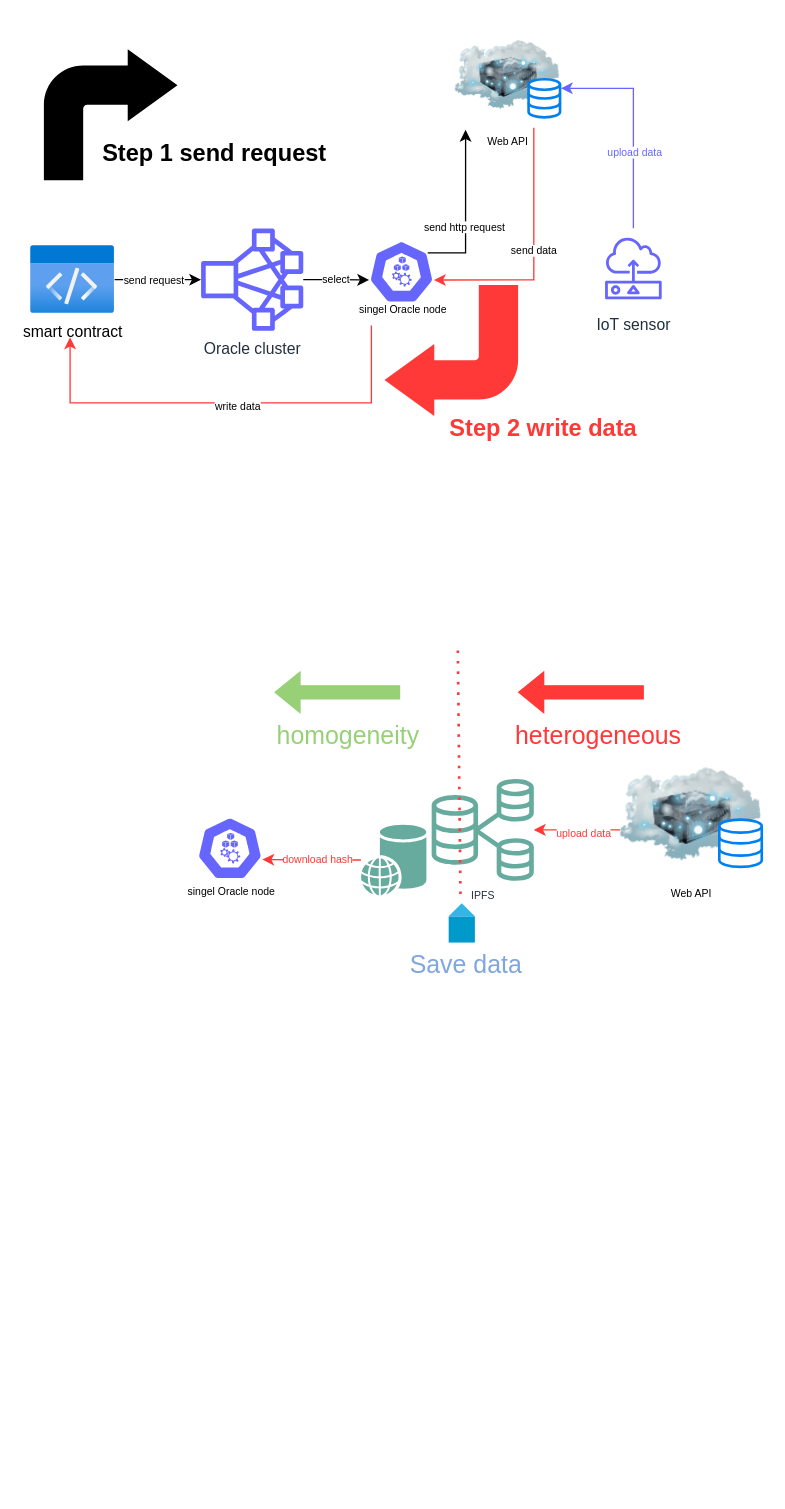
MF0-ANT1SHY/DiagramFolder keeps this draw.io diagram as Untitled Diagram.drawio. Above is the earlier version. Source tidied: cells renumbered, new cells numbered last; positions are measured from the earlier drawing's top-left corner, leaving out a move shared by most shapes. Both pictures are drawn from the tidied source at 131%, with x=0, y=0 at pixel (30, 22).
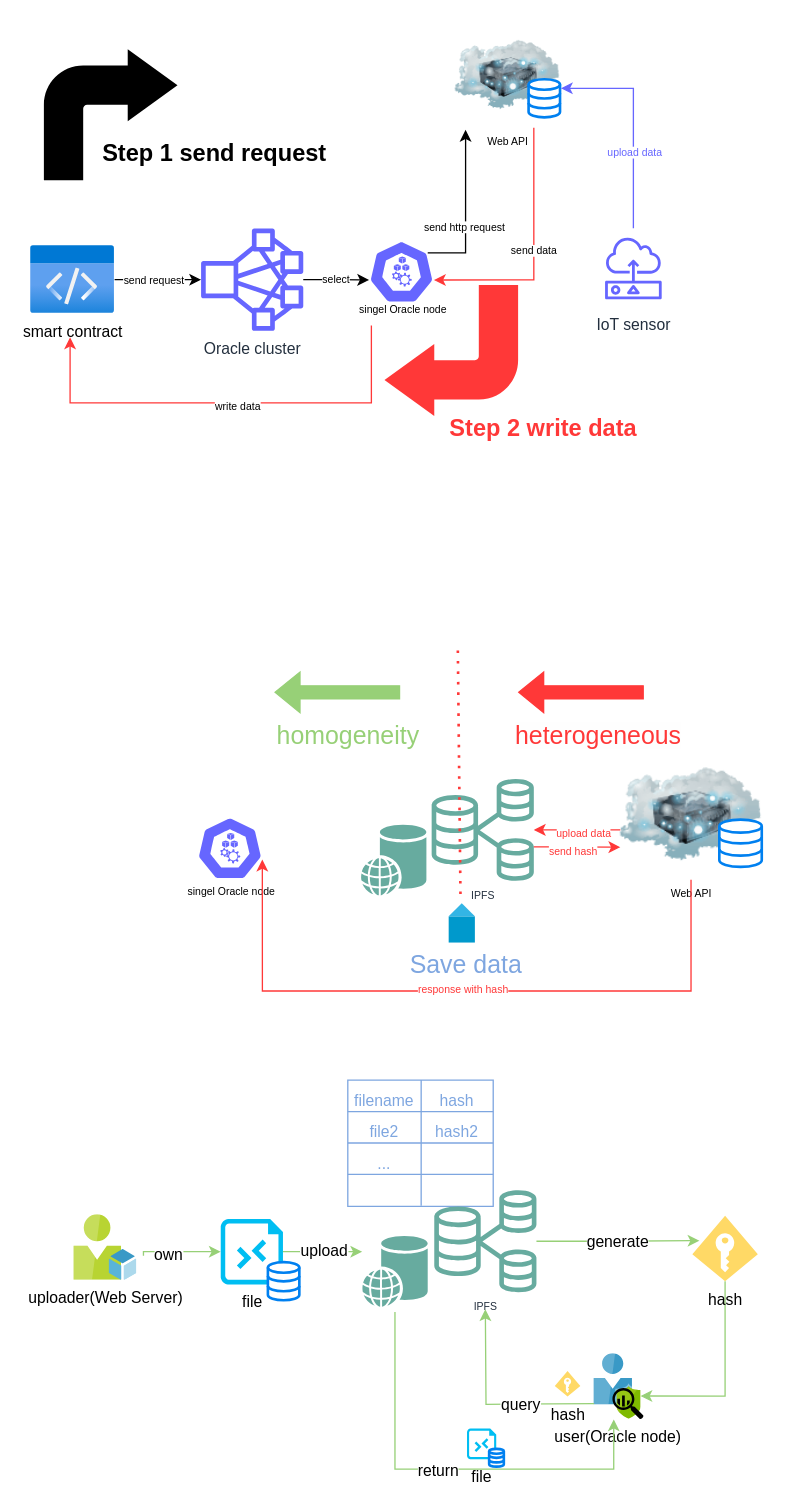
The same diagram, later.

The change refers to these unchanged cells:
```xml
<mxCell id="27" value="&lt;font style=&quot;font-size: 8px;&quot;&gt;Web API&lt;/font&gt;" style="image;html=1;image=img/lib/clip_art/networking/Cloud_Server_128x128.png;fillStyle=auto;fontSize=8;fillColor=none;gradientColor=none;" parent="26" vertex="1">
  <mxGeometry width="108" height="99" as="geometry" />
</mxCell>
<mxCell id="30" style="sketch=0;shadow=0;dashed=0;html=1;strokeColor=none;fillColor=#67AB9F;labelPosition=center;verticalLabelPosition=bottom;verticalAlign=top;outlineConnect=0;align=center;shape=mxgraph.office.databases.web_store;fillStyle=auto;fontSize=8;fontColor=#FF3838;gradientColor=none;flipH=1;flipV=0;" parent="29" vertex="1">
  <mxGeometry y="35" width="50" height="54" as="geometry" />
</mxCell>
<mxCell id="31" value="IPFS" style="sketch=0;outlineConnect=0;fontColor=#232F3E;gradientColor=none;fillColor=#67AB9F;strokeColor=none;dashed=0;verticalLabelPosition=bottom;verticalAlign=top;align=center;html=1;fontSize=8;fontStyle=0;shape=mxgraph.aws4.rds_multi_az_db_cluster;fillStyle=auto;" parent="29" vertex="1">
  <mxGeometry x="54" width="78" height="78" as="geometry" />
</mxCell>
<mxCell id="33" style="sketch=0;html=1;dashed=0;whitespace=wrap;fillColor=#6666FF;strokeColor=#ffffff;points=[[0.005,0.63,0],[0.1,0.2,0],[0.9,0.2,0],[0.5,0,0],[0.995,0.63,0],[0.72,0.99,0],[0.5,1,0],[0.28,0.99,0]];shape=mxgraph.kubernetes.icon;prIcon=node;fontSize=8;gradientColor=none;fillStyle=auto;" parent="32" vertex="1">
  <mxGeometry x="20" width="50" height="66.2" as="geometry" />
</mxCell>
```

Diff of the diagram source:
```diff
@@
-    <mxCell id="37" style="edgeStyle=orthogonalEdgeStyle;rounded=0;jettySize=auto;html=1;entryX=0.995;entryY=0.63;entryDx=0;entryDy=0;entryPerimeter=0;strokeColor=#FF3838;fontSize=8;fontColor=#FF3838;" parent="1" edge="1" source="30" target="33">
-      <mxGeometry relative="1" as="geometry" />
+    <mxCell id="37" style="edgeStyle=orthogonalEdgeStyle;rounded=0;jettySize=auto;html=1;entryX=0.995;entryY=0.63;entryDx=0;entryDy=0;entryPerimeter=0;strokeColor=#FF3838;fontSize=8;fontColor=#FF3838;exitX=0.5;exitY=1;exitDx=0;exitDy=0;" parent="1" edge="1" source="27" target="33">
+      <mxGeometry relative="1" as="geometry">
+        <Array as="points">
+          <mxPoint x="504" y="739" />
+          <mxPoint x="177" y="739" />
+        </Array>
+      </mxGeometry>
     </mxCell>
-    <mxCell id="38" value="download hash" style="edgeLabel;html=1;align=center;verticalAlign=middle;fontSize=8;fontColor=#FF3838;" parent="37" vertex="1">
+    <mxCell id="38" value="response with hash" style="edgeLabel;html=1;align=center;verticalAlign=middle;fontSize=8;fontColor=#FF3838;" parent="37" vertex="1">
       <mxGeometry x="0.15" relative="1" as="geometry">
-        <mxPoint x="9" as="offset" />
+        <mxPoint x="35" y="-2" as="offset" />
       </mxGeometry>
     </mxCell>
@@
+    <mxCell id="46" style="edgeStyle=orthogonalEdgeStyle;rounded=0;jettySize=auto;html=1;entryX=0;entryY=0.5;entryDx=0;entryDy=0;entryPerimeter=0;strokeColor=#97D077;fontFamily=Helvetica;fontSize=12;fontColor=#FFFFFF;fillColor=#97D077;" parent="1" edge="1" target="63">
+      <mxGeometry relative="1" as="geometry">
+        <mxPoint x="86" y="941" as="sourcePoint" />
+        <Array as="points">
+          <mxPoint x="86" y="938" />
+        </Array>
+      </mxGeometry>
+    </mxCell>
+    <mxCell id="47" value="own" style="edgeLabel;html=1;align=center;verticalAlign=middle;fontSize=12;fontFamily=Helvetica;fontColor=#000000;" parent="46" vertex="1">
+      <mxGeometry x="-0.32" y="-2" relative="1" as="geometry" />
+    </mxCell>
+    <mxCell id="48" value="&lt;font color=&quot;#000000&quot;&gt;uploader(Web Server)&lt;/font&gt;" style="sketch=0;html=1;align=center;image;fontSize=12;image=img/lib/mscae/User_Resource.svg;fillStyle=auto;strokeColor=#7EA6E0;fontFamily=Helvetica;fontColor=#7EA6E0;fillColor=#67AB9F;gradientColor=none;" parent="1" vertex="1">
+      <mxGeometry x="33" y="910" width="48" height="50" as="geometry" />
+    </mxCell>
+    <mxCell id="49" style="shape=table;startSize=0;childLayout=tableLayout;fillStyle=auto;strokeColor=#7EA6E0;fontFamily=Helvetica;fontSize=19;fontColor=#7EA6E0;fillColor=default;gradientColor=none;" parent="1" vertex="1">
+      <mxGeometry x="242" y="807" width="111" height="96.4" as="geometry" />
+    </mxCell>
+    <mxCell id="50" style="shape=tableRow;horizontal=0;startSize=0;swimlaneHead=0;swimlaneBody=0;top=0;left=0;bottom=0;right=0;fillColor=none;fillStyle=auto;strokeColor=#7EA6E0;fontFamily=Helvetica;fontSize=19;fontColor=#7EA6E0;" parent="49" vertex="1">
+      <mxGeometry width="111" height="24" as="geometry" />
+    </mxCell>
+    <mxCell id="51" value="&lt;font style=&quot;font-size: 12px;&quot;&gt;filename&lt;/font&gt;" style="shape=partialRectangle;html=1;whiteSpace=wrap;overflow=hidden;fillColor=none;top=0;left=0;bottom=0;right=0;fillStyle=auto;strokeColor=#7EA6E0;fontFamily=Helvetica;fontSize=19;fontColor=#7EA6E0;verticalAlign=middle;labelPosition=center;verticalLabelPosition=middle;align=center;" parent="50" vertex="1">
+      <mxGeometry width="56" height="24" as="geometry" />
+    </mxCell>
+    <mxCell id="52" value="&lt;font style=&quot;font-size: 12px;&quot;&gt;hash&lt;/font&gt;" style="shape=partialRectangle;html=1;whiteSpace=wrap;overflow=hidden;fillColor=none;top=0;left=0;bottom=0;right=0;fillStyle=auto;strokeColor=#7EA6E0;fontFamily=Helvetica;fontSize=19;fontColor=#7EA6E0;" parent="50" vertex="1">
+      <mxGeometry x="56" width="55" height="24" as="geometry" />
+    </mxCell>
+    <mxCell id="53" style="shape=tableRow;horizontal=0;startSize=0;swimlaneHead=0;swimlaneBody=0;top=0;left=0;bottom=0;right=0;fillColor=none;fillStyle=auto;strokeColor=#7EA6E0;fontFamily=Helvetica;fontSize=19;fontColor=#7EA6E0;" parent="49" vertex="1">
+      <mxGeometry y="24" width="111" height="24" as="geometry" />
+    </mxCell>
+    <mxCell id="54" value="&lt;font style=&quot;font-size: 12px;&quot;&gt;file2&lt;/font&gt;" style="shape=partialRectangle;html=1;whiteSpace=wrap;overflow=hidden;fillColor=none;top=0;left=0;bottom=0;right=0;fillStyle=auto;strokeColor=#7EA6E0;fontFamily=Helvetica;fontSize=19;fontColor=#7EA6E0;" parent="53" vertex="1">
+      <mxGeometry width="56" height="24" as="geometry" />
+    </mxCell>
+    <mxCell id="55" value="&lt;font style=&quot;font-size: 12px;&quot;&gt;hash2&lt;/font&gt;" style="shape=partialRectangle;html=1;whiteSpace=wrap;overflow=hidden;fillColor=none;top=0;left=0;bottom=0;right=0;fillStyle=auto;strokeColor=#7EA6E0;fontFamily=Helvetica;fontSize=19;fontColor=#7EA6E0;" parent="53" vertex="1">
+      <mxGeometry x="56" width="55" height="24" as="geometry" />
+    </mxCell>
+    <mxCell id="56" style="shape=tableRow;horizontal=0;startSize=0;swimlaneHead=0;swimlaneBody=0;top=0;left=0;bottom=0;right=0;fillColor=none;fillStyle=auto;strokeColor=#7EA6E0;fontFamily=Helvetica;fontSize=19;fontColor=#7EA6E0;" parent="49" vertex="1">
+      <mxGeometry y="48" width="111" height="24" as="geometry" />
+    </mxCell>
+    <mxCell id="57" value="&lt;font style=&quot;font-size: 12px;&quot;&gt;...&lt;/font&gt;" style="shape=partialRectangle;html=1;whiteSpace=wrap;overflow=hidden;fillColor=none;top=0;left=0;bottom=0;right=0;fillStyle=auto;strokeColor=#7EA6E0;fontFamily=Helvetica;fontSize=19;fontColor=#7EA6E0;" parent="56" vertex="1">
+      <mxGeometry width="56" height="24" as="geometry" />
+    </mxCell>
+    <mxCell id="58" style="shape=partialRectangle;html=1;whiteSpace=wrap;overflow=hidden;fillColor=none;top=0;left=0;bottom=0;right=0;fillStyle=auto;strokeColor=#7EA6E0;fontFamily=Helvetica;fontSize=19;fontColor=#7EA6E0;" parent="56" vertex="1">
+      <mxGeometry x="56" width="55" height="24" as="geometry" />
+    </mxCell>
+    <mxCell id="59" style="shape=tableRow;horizontal=0;startSize=0;swimlaneHead=0;swimlaneBody=0;top=0;left=0;bottom=0;right=0;fillColor=none;fillStyle=auto;strokeColor=#7EA6E0;fontFamily=Helvetica;fontSize=19;fontColor=#7EA6E0;" parent="49" vertex="1">
+      <mxGeometry y="72" width="111" height="24" as="geometry" />
+    </mxCell>
+    <mxCell id="60" style="shape=partialRectangle;html=1;whiteSpace=wrap;overflow=hidden;fillColor=none;top=0;left=0;bottom=0;right=0;fillStyle=auto;strokeColor=#7EA6E0;fontFamily=Helvetica;fontSize=19;fontColor=#7EA6E0;" parent="59" vertex="1">
+      <mxGeometry width="56" height="24" as="geometry" />
+    </mxCell>
+    <mxCell id="61" style="shape=partialRectangle;html=1;whiteSpace=wrap;overflow=hidden;fillColor=none;top=0;left=0;bottom=0;right=0;fillStyle=auto;strokeColor=#7EA6E0;fontFamily=Helvetica;fontSize=19;fontColor=#7EA6E0;" parent="59" vertex="1">
+      <mxGeometry x="56" width="55" height="24" as="geometry" />
+    </mxCell>
+    <mxCell id="62" style="group;" parent="1" vertex="1">
+      <mxGeometry x="145" y="913" width="60" height="62.1" as="geometry" />
+    </mxCell>
+    <mxCell id="63" value="&lt;font color=&quot;#000000&quot;&gt;file&lt;/font&gt;" style="verticalLabelPosition=bottom;html=1;verticalAlign=top;align=center;strokeColor=none;fillColor=#00BEF2;shape=mxgraph.azure.rdp_remoting_file;labelBackgroundColor=none;fillStyle=auto;fontFamily=Helvetica;fontSize=12;fontColor=#FFFFFF;" parent="62" vertex="1">
+      <mxGeometry width="47.5" height="50" as="geometry" />
+    </mxCell>
+    <mxCell id="64" style="html=1;verticalLabelPosition=bottom;align=center;labelBackgroundColor=#ffffff;verticalAlign=top;strokeWidth=2;strokeColor=#0080F0;shadow=0;dashed=0;shape=mxgraph.ios7.icons.data;fillStyle=auto;fontFamily=Helvetica;fontSize=12;fontColor=#FFFFFF;fillColor=default;gradientColor=none;" parent="62" vertex="1">
+      <mxGeometry x="36" y="33" width="24" height="29.1" as="geometry" />
+    </mxCell>
+    <mxCell id="65" style="group;fontSize=8;" parent="1" vertex="1">
+      <mxGeometry x="253" y="891" width="132" height="89" as="geometry" />
+    </mxCell>
+    <mxCell id="66" style="sketch=0;shadow=0;dashed=0;html=1;strokeColor=none;fillColor=#67AB9F;labelPosition=center;verticalLabelPosition=bottom;verticalAlign=top;outlineConnect=0;align=center;shape=mxgraph.office.databases.web_store;fillStyle=auto;fontSize=8;fontColor=#FF3838;gradientColor=none;flipH=1;flipV=0;" parent="65" vertex="1">
+      <mxGeometry y="35" width="50" height="54" as="geometry" />
+    </mxCell>
+    <mxCell id="67" value="IPFS" style="sketch=0;outlineConnect=0;fontColor=#232F3E;gradientColor=none;fillColor=#67AB9F;strokeColor=none;dashed=0;verticalLabelPosition=bottom;verticalAlign=top;align=center;html=1;fontSize=8;fontStyle=0;shape=mxgraph.aws4.rds_multi_az_db_cluster;fillStyle=auto;" parent="65" vertex="1">
+      <mxGeometry x="55" width="78" height="78" as="geometry" />
+    </mxCell>
+    <mxCell id="68" style="edgeStyle=orthogonalEdgeStyle;rounded=0;jettySize=auto;html=1;entryX=0.984;entryY=0.643;entryDx=0;entryDy=0;entryPerimeter=0;strokeColor=#97D077;fontFamily=Helvetica;fontSize=12;fontColor=#000000;fillColor=#97D077;" parent="1" edge="1" source="69" target="71">
+      <mxGeometry relative="1" as="geometry">
+        <Array as="points">
+          <mxPoint x="530" y="1048" />
+        </Array>
+      </mxGeometry>
+    </mxCell>
+    <mxCell id="69" value="hash" style="verticalLabelPosition=bottom;html=1;verticalAlign=top;align=center;strokeColor=none;fillColor=#FFD966;shape=mxgraph.azure.access_control;labelBackgroundColor=none;fillStyle=auto;fontFamily=Helvetica;fontSize=12;fontColor=#000000;" parent="1" vertex="1">
+      <mxGeometry x="505" y="910.5" width="50" height="50" as="geometry" />
+    </mxCell>
+    <mxCell id="70" style="group;" parent="1" vertex="1">
+      <mxGeometry x="430" y="1016" width="37.8" height="50" as="geometry" />
+    </mxCell>
+    <mxCell id="71" value="user(Oracle node)" style="sketch=0;html=1;points=[];align=center;image;fontSize=12;image=img/lib/mscae/User_Privacy.svg;labelBackgroundColor=none;fillStyle=auto;strokeColor=#7EA6E0;fontFamily=Helvetica;fontColor=#000000;fillColor=#FFD966;gradientColor=none;" parent="70" vertex="1">
+      <mxGeometry width="36" height="50" as="geometry" />
+    </mxCell>
+    <mxCell id="72" style="sketch=0;html=1;strokeColor=none;shadow=0;align=center;verticalAlign=top;fillColor=#000000;shape=mxgraph.gcp2.big_query;labelBackgroundColor=none;fillStyle=auto;fontFamily=Helvetica;fontSize=12;fontColor=#000000;" parent="70" vertex="1">
+      <mxGeometry x="14" y="26" width="23.8" height="24" as="geometry" />
+    </mxCell>
+    <mxCell id="73" style="edgeStyle=orthogonalEdgeStyle;rounded=0;jettySize=auto;html=1;strokeColor=#97D077;fontFamily=Helvetica;fontSize=12;fontColor=#000000;fillColor=#97D077;" parent="1" edge="1" source="63" target="66">
+      <mxGeometry relative="1" as="geometry">
+        <Array as="points">
+          <mxPoint x="235" y="938" />
+          <mxPoint x="235" y="938" />
+        </Array>
+      </mxGeometry>
+    </mxCell>
+    <mxCell id="74" value="upload" style="edgeLabel;html=1;align=center;verticalAlign=middle;fontSize=12;fontFamily=Helvetica;fontColor=#000000;" parent="73" vertex="1">
+      <mxGeometry x="0.04" y="1" relative="1" as="geometry" />
+    </mxCell>
+    <mxCell id="75" style="edgeStyle=orthogonalEdgeStyle;rounded=0;jettySize=auto;html=1;entryX=0.109;entryY=0.381;entryDx=0;entryDy=0;entryPerimeter=0;strokeColor=#97D077;fontFamily=Helvetica;fontSize=12;fontColor=#000000;fillColor=#97D077;" parent="1" edge="1" source="67" target="69">
+      <mxGeometry relative="1" as="geometry" />
+    </mxCell>
+    <mxCell id="76" value="generate" style="edgeLabel;html=1;align=center;verticalAlign=middle;fontSize=12;fontFamily=Helvetica;fontColor=#000000;" parent="75" vertex="1">
+      <mxGeometry y="-1" relative="1" as="geometry" />
+    </mxCell>
+    <mxCell id="77" style="edgeStyle=orthogonalEdgeStyle;rounded=0;orthogonalLoop=1;jettySize=auto;html=1;strokeColor=#97D077;fontFamily=Helvetica;fontSize=12;fontColor=#000000;fillColor=#97D077;" parent="1" edge="1">
+      <mxGeometry relative="1" as="geometry">
+        <mxPoint x="430" y="1054" as="sourcePoint" />
+        <mxPoint x="347" y="981.9" as="targetPoint" />
+      </mxGeometry>
+    </mxCell>
+    <mxCell id="78" value="query" style="edgeLabel;html=1;align=center;verticalAlign=middle;fontSize=12;fontFamily=Helvetica;fontColor=#000000;" parent="77" vertex="1">
+      <mxGeometry x="-0.26" relative="1" as="geometry" />
+    </mxCell>
+    <mxCell id="79" value="hash" style="verticalLabelPosition=bottom;html=1;verticalAlign=top;align=center;strokeColor=none;fillColor=#FFD966;shape=mxgraph.azure.access_control;labelBackgroundColor=none;fillStyle=auto;fontFamily=Helvetica;fontSize=12;fontColor=#000000;" parent="1" vertex="1">
+      <mxGeometry x="400" y="1029" width="19.5" height="19.5" as="geometry" />
+    </mxCell>
+    <mxCell id="80" style="group;" parent="1" vertex="1">
+      <mxGeometry x="333" y="1073" width="28.1" height="29.1" as="geometry" />
+    </mxCell>
+    <mxCell id="81" value="&lt;font color=&quot;#000000&quot;&gt;file&lt;/font&gt;" style="verticalLabelPosition=bottom;html=1;verticalAlign=top;align=center;strokeColor=none;fillColor=#00BEF2;shape=mxgraph.azure.rdp_remoting_file;labelBackgroundColor=none;fillStyle=auto;fontFamily=Helvetica;fontSize=12;fontColor=#FFFFFF;" parent="80" vertex="1">
+      <mxGeometry width="22.3" height="23.4" as="geometry" />
+    </mxCell>
+    <mxCell id="82" style="html=1;verticalLabelPosition=bottom;align=center;labelBackgroundColor=#ffffff;verticalAlign=top;strokeWidth=2;strokeColor=#0080F0;shadow=0;dashed=0;shape=mxgraph.ios7.icons.data;fillStyle=auto;fontFamily=Helvetica;fontSize=12;fontColor=#FFFFFF;fillColor=default;gradientColor=none;" parent="80" vertex="1">
+      <mxGeometry x="16.9" y="15.5" width="11.2" height="13.6" as="geometry" />
+    </mxCell>
+    <mxCell id="83" style="edgeStyle=orthogonalEdgeStyle;rounded=0;jettySize=auto;html=1;strokeColor=#97D077;fontFamily=Helvetica;fontSize=12;fontColor=#000000;fillColor=#97D077;" parent="1" edge="1" target="71">
+      <mxGeometry relative="1" as="geometry">
+        <mxPoint x="278" y="984" as="sourcePoint" />
+        <Array as="points">
+          <mxPoint x="278" y="1104" />
+          <mxPoint x="445" y="1104" />
+        </Array>
+      </mxGeometry>
+    </mxCell>
+    <mxCell id="84" value="return" style="edgeLabel;html=1;align=center;verticalAlign=middle;fontSize=12;fontFamily=Helvetica;fontColor=#000000;" parent="83" vertex="1">
+      <mxGeometry x="0.28" y="-2" relative="1" as="geometry">
+        <mxPoint x="-56" y="-1" as="offset" />
+      </mxGeometry>
+    </mxCell>
+    <mxCell id="85" style="edgeStyle=orthogonalEdgeStyle;rounded=0;jettySize=auto;html=1;entryX=0;entryY=0.75;entryDx=0;entryDy=0;strokeColor=#FF3838;fontFamily=Helvetica;fontSize=12;fontColor=#000000;fillColor=#97D077;" parent="1" edge="1" source="31" target="27">
+      <mxGeometry relative="1" as="geometry">
+        <Array as="points">
+          <mxPoint x="405" y="629" />
+          <mxPoint x="405" y="629" />
+        </Array>
+      </mxGeometry>
+    </mxCell>
+    <mxCell id="86" value="&lt;font color=&quot;#ff3838&quot; style=&quot;font-size: 8px;&quot;&gt;send hash&lt;/font&gt;" style="edgeLabel;html=1;align=center;verticalAlign=middle;fontSize=12;fontFamily=Helvetica;fontColor=#000000;" parent="85" vertex="1">
+      <mxGeometry x="-0.1" y="-2" relative="1" as="geometry" />
+    </mxCell>
```
